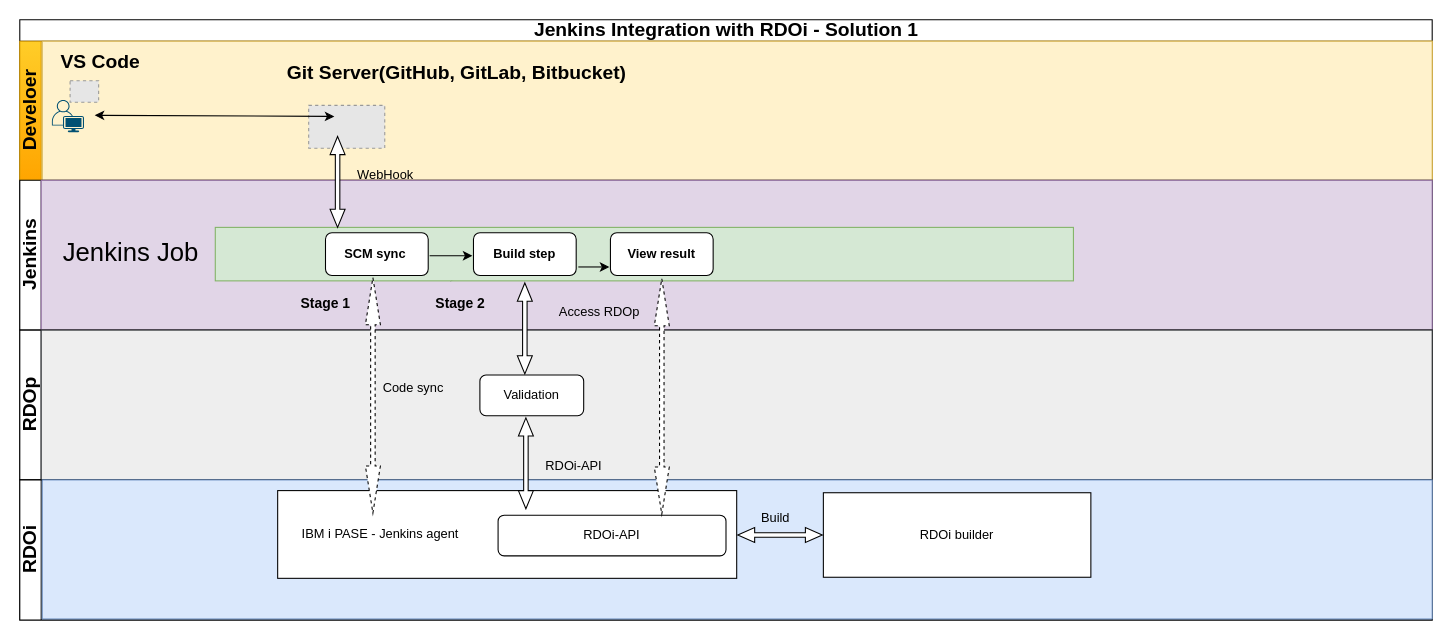
dingzhanxing/Diagram keeps this draw.io diagram as RDOp/Jenkins Integration with RDOi.drawio. Above is the earlier version. Source tidied: cells renumbered, new cells numbered last; positions are measured from the earlier drawing's top-left corner, leaving out a move shared by most shapes. Both pictures are drawn from the tidied source at 107%, with x=0, y=0 at pixel (19, 19). Pictures stored in the file or linked from it are replaced by grey dashed boxes.
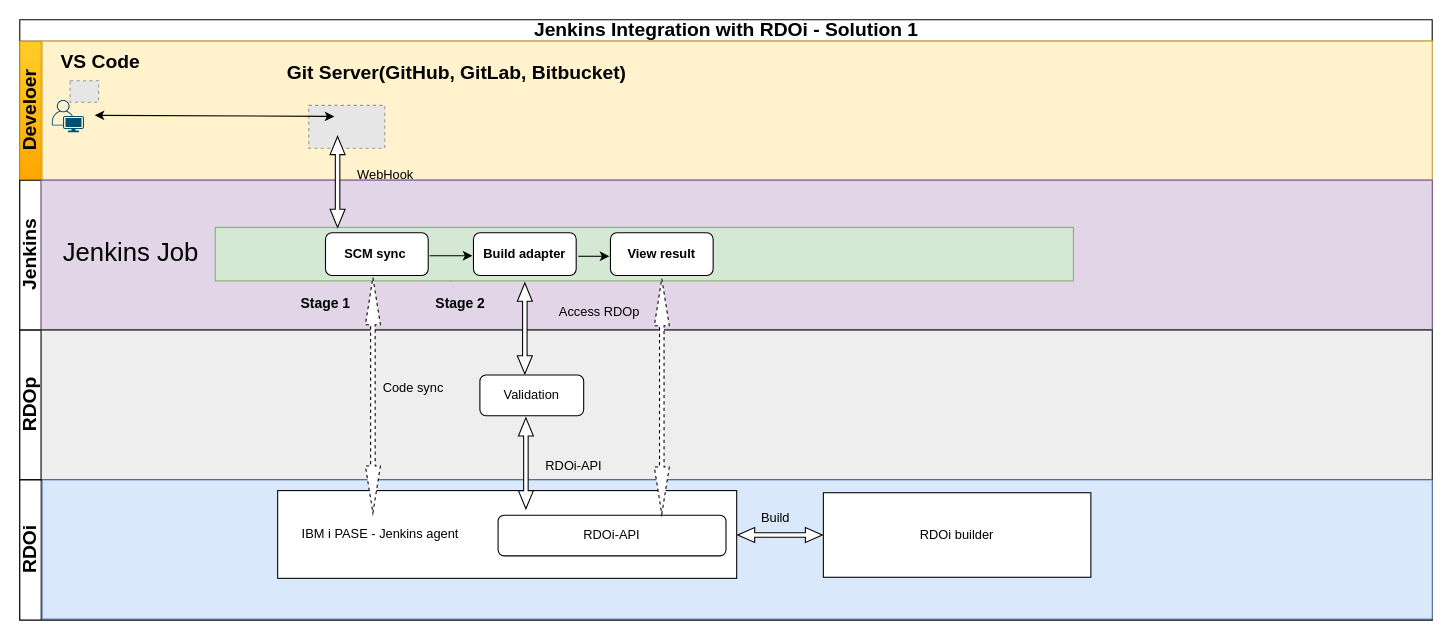
The same diagram, later.

Unchanged cells that the change refers to:
```xml
<mxCell id="12" value="&lt;font style=&quot;font-size: 18px;&quot;&gt;Jenkins&lt;/font&gt;" style="swimlane;startSize=20;horizontal=0;html=1;" parent="2" vertex="1">
  <mxGeometry y="150" width="1320" height="140" as="geometry" />
</mxCell>
```

Change to the diagram source:
```diff
@@
-    <mxCell id="18" value="&lt;b&gt;Build step&lt;/b&gt;" style="rounded=1;whiteSpace=wrap;html=1;" parent="12" vertex="1">
+    <mxCell id="18" value="&lt;b style=&quot;border-color: var(--border-color);&quot;&gt;Build adapter&lt;/b&gt;" style="rounded=1;whiteSpace=wrap;html=1;" parent="12" vertex="1">
       <mxGeometry x="424" y="49" width="96" height="40" as="geometry" />
     </mxCell>
@@
     <mxCell id="41" style="endArrow=classic;html=1;rounded=0;" parent="1" edge="1">
       <mxGeometry relative="1" as="geometry">
-        <mxPoint x="522" y="231" as="sourcePoint" />
-        <mxPoint x="551" y="231" as="targetPoint" />
+        <mxPoint x="522" y="221" as="sourcePoint" />
+        <mxPoint x="551" y="221" as="targetPoint" />
       </mxGeometry>
     </mxCell>
```
